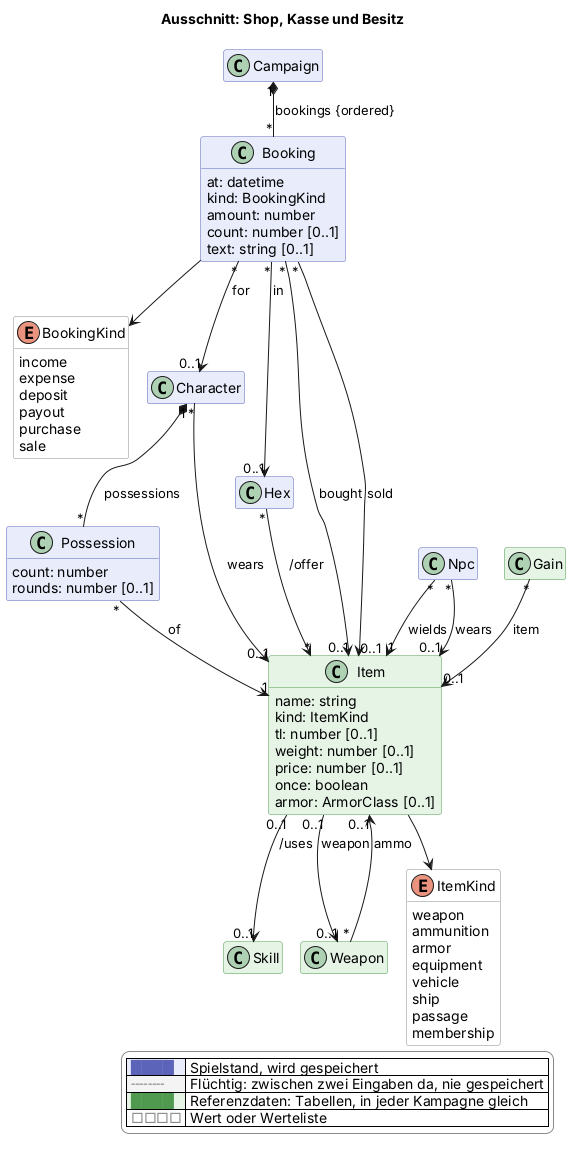
scuzzar/SRE keeps this PlantUML diagram as docs/views/shop.png. Above is the earlier version.
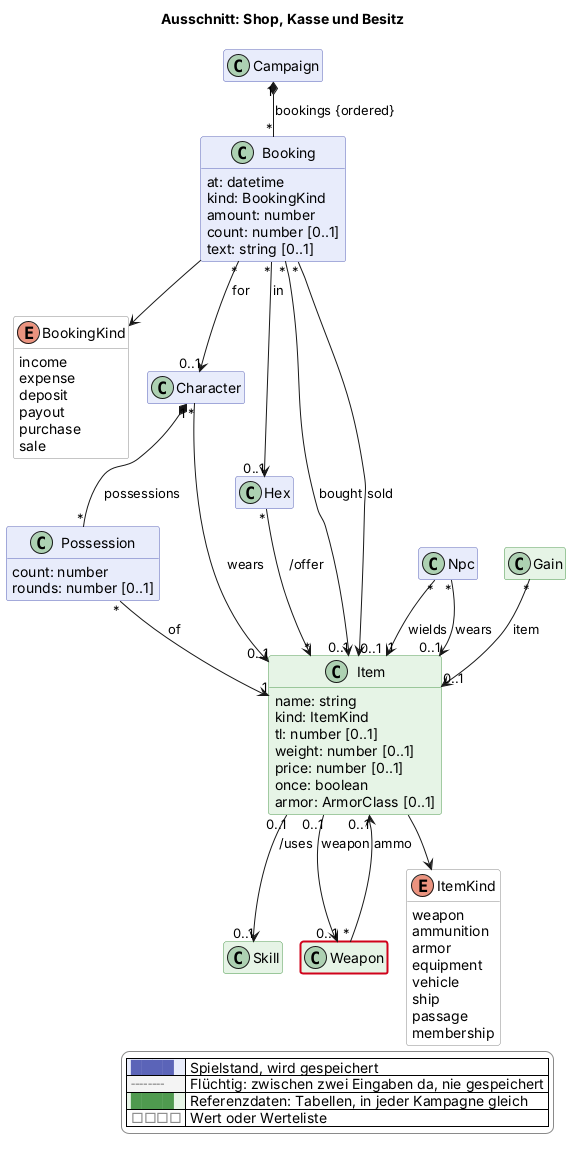
Above is the later version.

Diff of the diagram source:
```diff
@@ -146,4 +146,5 @@
   |<#e6f4e6> <color:#4f9a4f>████</color> | Referenzdaten: Tabellen, in jeder Kampagne gleich |
   |<#ffffff> <color:#8a8a8a>□□□□</color> | Wert oder Werteliste |
 endlegend
+class Weapon #line:d0021b;line.bold
 @enduml
```
